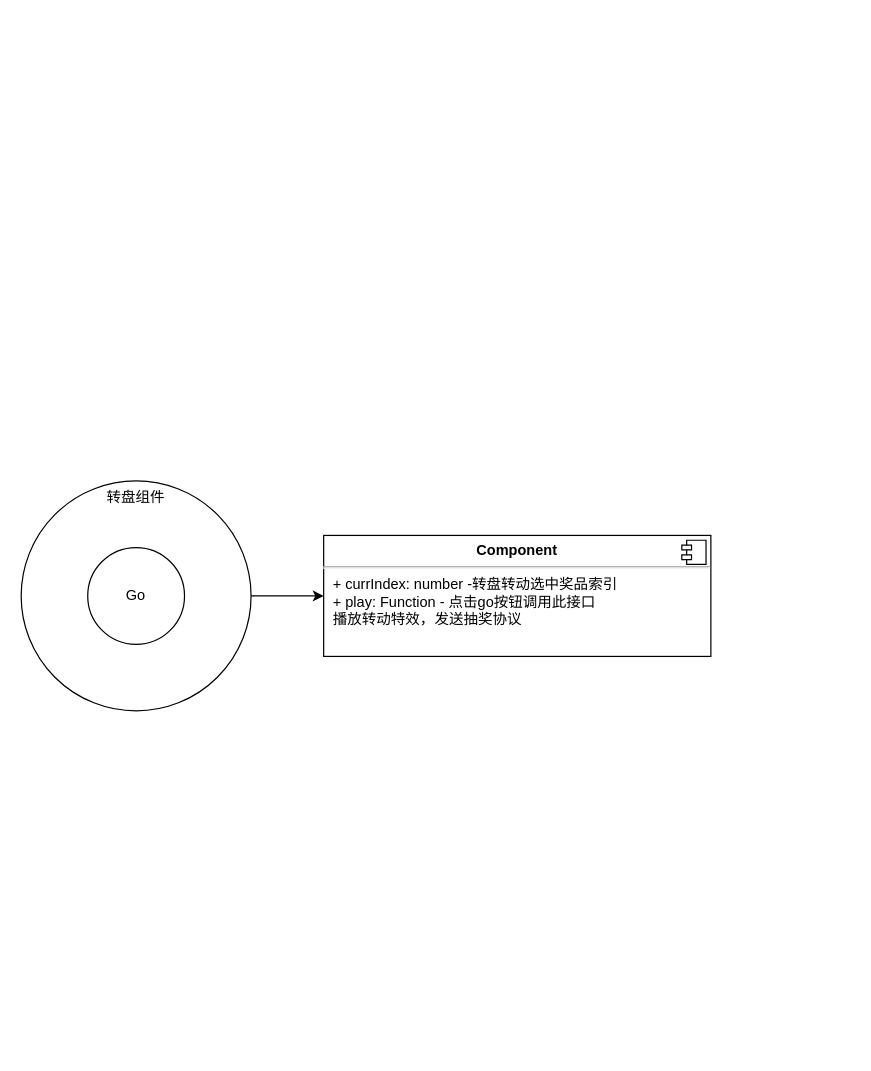
This is wheel.drawio from itrookie-sky/diagrams, a draw.io file, before an edit. Source tidied: cells renumbered, new cells numbered last; positions are measured from the earlier drawing's top-left corner, leaving out a move shared by most shapes. Both pictures are drawn from the tidied source at 121%, with x=0, y=0 at pixel (21, 480).
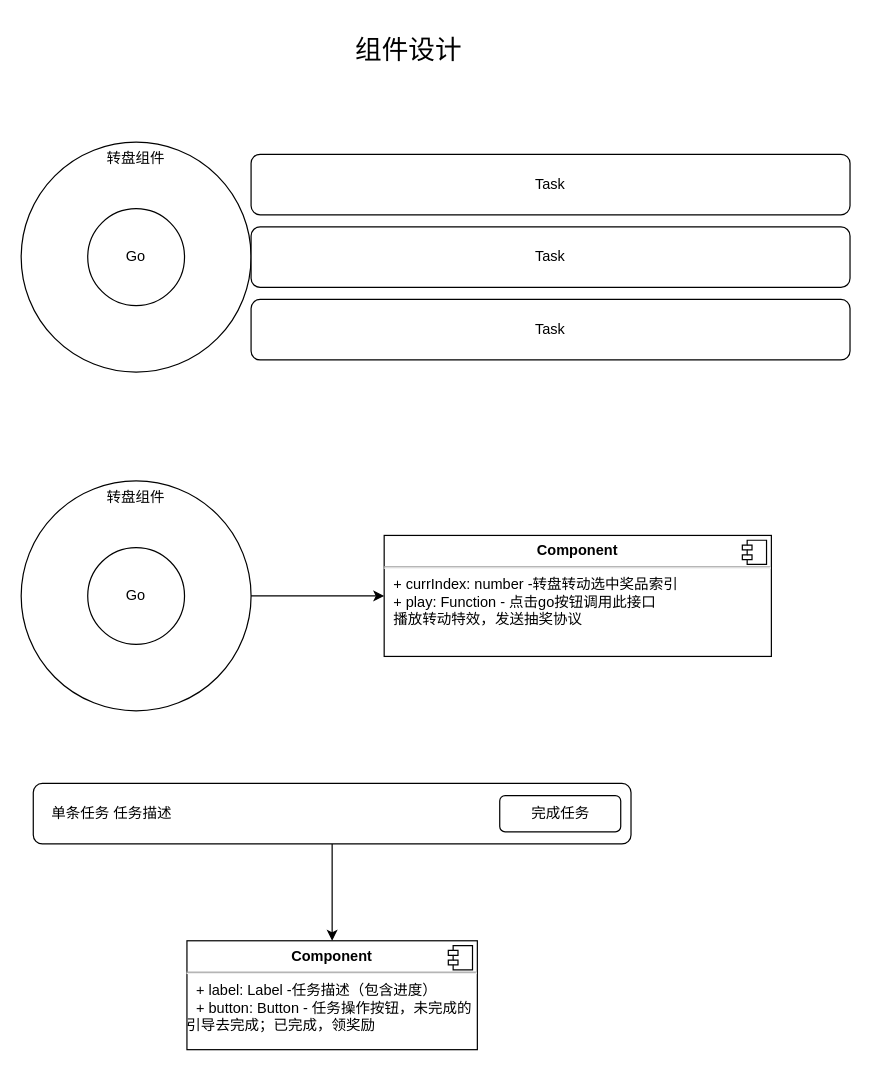
After the change.

Change to the diagram source:
```diff
@@
 <mxGraphModel>
   <root>
     <mxCell id="0" />
     <mxCell id="1" parent="0" />
     <mxCell id="2" value="&lt;span&gt;转盘组件&lt;/span&gt;" style="ellipse;whiteSpace=wrap;html=1;align=center;verticalAlign=top;" parent="1" vertex="1">
       <mxGeometry width="190" height="190" as="geometry" />
     </mxCell>
     <mxCell id="3" value="&lt;p style=&quot;margin: 0px ; margin-top: 6px ; text-align: center&quot;&gt;&lt;b&gt;Component&lt;/b&gt;&lt;/p&gt;&lt;hr&gt;&lt;p style=&quot;margin: 0px ; margin-left: 8px&quot;&gt;+&lt;span&gt;&amp;nbsp;currIndex: number -转盘转动选中奖品索引&lt;/span&gt;&lt;/p&gt;&lt;p style=&quot;margin: 0px ; margin-left: 8px&quot;&gt;&lt;span&gt;+ play: Function - 点击go按钮调用此接口&lt;/span&gt;&lt;/p&gt;&lt;p style=&quot;margin: 0px ; margin-left: 8px&quot;&gt;&lt;span&gt;播放转动特效，发送抽奖协议&lt;/span&gt;&lt;/p&gt;&lt;p&gt;&lt;/p&gt;" style="align=left;overflow=fill;html=1;" parent="1" vertex="1">
-      <mxGeometry x="250" y="45" width="320" height="100" as="geometry" />
+      <mxGeometry x="300" y="45" width="320" height="100" as="geometry" />
     </mxCell>
     <mxCell id="4" style="shape=component;jettyWidth=8;jettyHeight=4;" parent="3" vertex="1">
       <mxGeometry x="1" width="20" height="20" relative="1" as="geometry">
         <mxPoint x="-24" y="4" as="offset" />
       </mxGeometry>
     </mxCell>
     <mxCell id="5" style="endArrow=classic;html=1;exitX=1;exitY=0.5;exitDx=0;exitDy=0;entryX=0;entryY=0.5;entryDx=0;entryDy=0;" parent="1" edge="1" source="2" target="3">
       <mxGeometry relative="1" as="geometry" />
     </mxCell>
     <mxCell id="6" value="Go" style="ellipse;whiteSpace=wrap;html=1;" parent="1" vertex="1">
       <mxGeometry x="55" y="55" width="80" height="80" as="geometry" />
     </mxCell>
+    <mxCell id="7" value="&lt;span&gt;转盘组件&lt;/span&gt;" style="ellipse;whiteSpace=wrap;html=1;align=center;verticalAlign=top;" parent="1" vertex="1">
+      <mxGeometry y="-280" width="190" height="190" as="geometry" />
+    </mxCell>
+    <mxCell id="8" value="Go" style="ellipse;whiteSpace=wrap;html=1;" parent="1" vertex="1">
+      <mxGeometry x="55" y="-225" width="80" height="80" as="geometry" />
+    </mxCell>
+    <mxCell id="9" value="Task" style="shape=ext;rounded=1;html=1;whiteSpace=wrap;" parent="1" vertex="1">
+      <mxGeometry x="190" y="-270" width="495" height="50" as="geometry" />
+    </mxCell>
+    <mxCell id="10" value="Task" style="shape=ext;rounded=1;html=1;whiteSpace=wrap;" parent="1" vertex="1">
+      <mxGeometry x="190" y="-150" width="495" height="50" as="geometry" />
+    </mxCell>
+    <mxCell id="11" value="Task" style="shape=ext;rounded=1;html=1;whiteSpace=wrap;" parent="1" vertex="1">
+      <mxGeometry x="190" y="-210" width="495" height="50" as="geometry" />
+    </mxCell>
+    <mxCell id="12" style="edgeStyle=orthogonalEdgeStyle;rounded=0;jettySize=auto;html=1;entryX=0.5;entryY=0;entryDx=0;entryDy=0;fontSize=22;" parent="1" edge="1" source="13" target="16">
+      <mxGeometry relative="1" as="geometry" />
+    </mxCell>
+    <mxCell id="13" value="&amp;nbsp; &amp;nbsp; 单条任务 任务描述" style="shape=ext;rounded=1;html=1;whiteSpace=wrap;align=left;" parent="1" vertex="1">
+      <mxGeometry x="10" y="250" width="494" height="50" as="geometry" />
+    </mxCell>
+    <mxCell id="14" value="完成任务" style="rounded=1;whiteSpace=wrap;html=1;align=center;" parent="1" vertex="1">
+      <mxGeometry x="395.5" y="260" width="100" height="30" as="geometry" />
+    </mxCell>
+    <mxCell id="15" value="组件设计" style="text;html=1;strokeColor=none;fillColor=none;align=center;verticalAlign=middle;whiteSpace=wrap;rounded=0;fontSize=22;" parent="1" vertex="1">
+      <mxGeometry x="245" y="-380" width="150.5" height="50" as="geometry" />
+    </mxCell>
+    <mxCell id="16" value="&lt;p style=&quot;margin: 6px 0px 0px ; text-align: center ; font-size: 12px&quot;&gt;&lt;b style=&quot;font-size: 12px&quot;&gt;Component&lt;/b&gt;&lt;/p&gt;&lt;hr style=&quot;font-size: 12px&quot;&gt;&lt;p style=&quot;margin: 0px 0px 0px 8px ; font-size: 12px&quot;&gt;+ label: Label -任务描述（包含进度）&lt;br style=&quot;font-size: 12px&quot;&gt;+ button: Button - 任务操作按钮，未完成的&lt;/p&gt;引导&lt;span&gt;去完成；已完成，领奖励&lt;/span&gt;" style="align=left;overflow=fill;html=1;fontSize=12;" parent="1" vertex="1">
+      <mxGeometry x="137" y="380" width="240" height="90" as="geometry" />
+    </mxCell>
+    <mxCell id="17" style="shape=component;jettyWidth=8;jettyHeight=4;" parent="16" vertex="1">
+      <mxGeometry x="1" width="20" height="20" relative="1" as="geometry">
+        <mxPoint x="-24" y="4" as="offset" />
+      </mxGeometry>
+    </mxCell>
   </root>
 </mxGraphModel>
```
